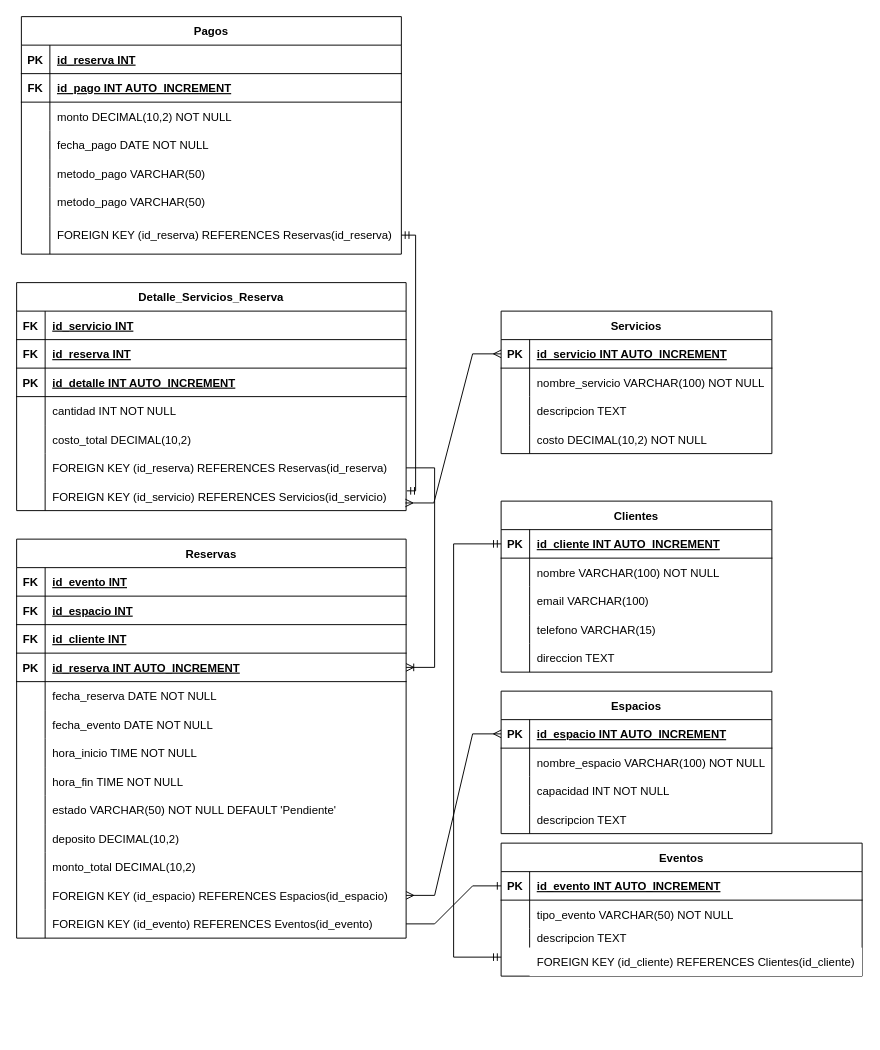
The draw.io diagram Diagrama sin título.drawio in JonathanUrquiza/DER, before the edit. Source tidied: cells renumbered, new cells numbered last; positions are measured from the earlier drawing's top-left corner, leaving out a move shared by most shapes. Both pictures are drawn from the tidied source at 95%, with x=0, y=0 at pixel (-107, 16).
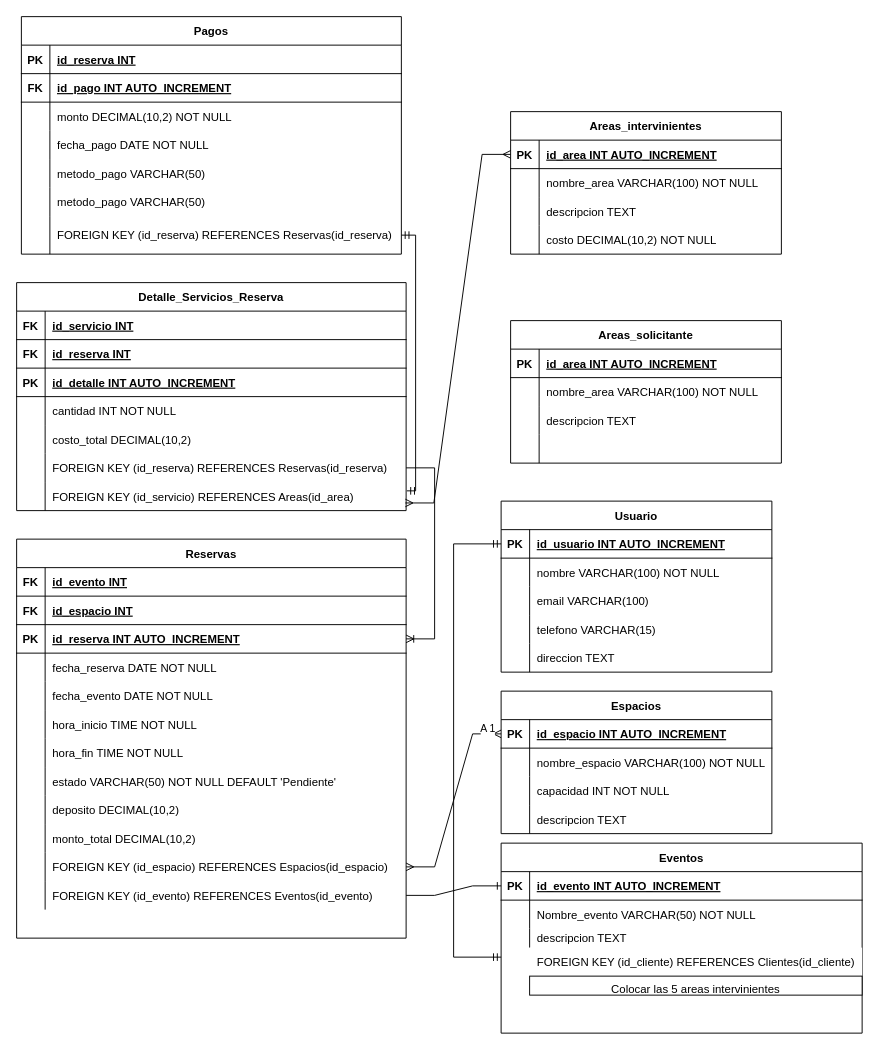
The same diagram, later.

The change refers to these unchanged cells:
```xml
<mxCell id="4" style="shape=tableRow;horizontal=0;startSize=0;swimlaneHead=0;swimlaneBody=0;fillColor=none;points=[[0,0.5],[1,0.5]];portConstraint=eastwest;strokeColor=inherit;top=0;left=0;right=0;bottom=1;" parent="3" vertex="1">
  <mxGeometry y="30" width="285" height="30" as="geometry" />
</mxCell>
<mxCell id="36" style="shape=tableRow;horizontal=0;startSize=0;swimlaneHead=0;swimlaneBody=0;fillColor=none;strokeColor=inherit;top=0;left=0;right=0;bottom=0;" parent="32" vertex="1">
  <mxGeometry y="60" width="380" height="30" as="geometry" />
</mxCell>
<mxCell id="42" value="Reservas" style="shape=table;startSize=30;childLayout=tableLayout;rowLines=0;fontStyle=1;align=center;" parent="1" vertex="1">
  <mxGeometry x="130" y="550" width="410" height="420" as="geometry" />
</mxCell>
<mxCell id="105" style="shape=tableRow;horizontal=0;startSize=0;swimlaneHead=0;swimlaneBody=0;fillColor=none;points=[[0,0.5],[1,0.5]];portConstraint=eastwest;strokeColor=inherit;top=0;left=0;right=0;bottom=1;" parent="104" vertex="1">
  <mxGeometry y="30" width="285" height="30" as="geometry" />
</mxCell>
<mxCell id="108" style="shape=tableRow;horizontal=0;startSize=0;swimlaneHead=0;swimlaneBody=0;fillColor=none;strokeColor=inherit;top=0;left=0;right=0;bottom=0;" parent="104" vertex="1">
  <mxGeometry y="60" width="285" height="30" as="geometry" />
</mxCell>
<mxCell id="136" style="shape=tableRow;horizontal=0;startSize=0;swimlaneHead=0;swimlaneBody=0;fillColor=none;points=[[0,0.5],[1,0.5]];portConstraint=eastwest;strokeColor=inherit;top=0;left=0;right=0;bottom=0;" parent="117" vertex="1">
  <mxGeometry y="210" width="410" height="30" as="geometry" />
</mxCell>
<mxCell id="140" style="edgeStyle=entityRelationEdgeStyle;fontSize=12;html=1;endArrow=ERmany;startArrow=ERmany;rounded=0;entryX=0;entryY=0.5;entryDx=0;entryDy=0;exitX=1;exitY=0.5;exitDx=0;exitDy=0;" parent="1" edge="1" source="76" target="20">
  <mxGeometry relative="1" as="geometry">
    <Array as="points">
      <mxPoint x="600" y="860" />
    </Array>
  </mxGeometry>
</mxCell>
```

The edit, as a diff of the source:
```diff
@@
-    <mxCell id="3" value="Clientes" style="shape=table;startSize=30;childLayout=tableLayout;rowLines=0;fontStyle=1;align=center;" parent="1" vertex="1">
+    <mxCell id="3" value="Usuario" style="shape=table;startSize=30;childLayout=tableLayout;rowLines=0;fontStyle=1;align=center;" parent="1" vertex="1">
       <mxGeometry x="640" y="510" width="285" height="180" as="geometry" />
     </mxCell>
@@
-    <mxCell id="6" value="id_cliente INT  AUTO_INCREMENT" style="shape=partialRectangle;overflow=hidden;fillColor=none;align=left;strokeColor=inherit;top=0;left=0;bottom=0;right=0;spacingLeft=6;fontStyle=5;" parent="4" vertex="1">
+    <mxCell id="6" value="id_usuario INT  AUTO_INCREMENT" style="shape=partialRectangle;overflow=hidden;fillColor=none;align=left;strokeColor=inherit;top=0;left=0;bottom=0;right=0;spacingLeft=6;fontStyle=5;" parent="4" vertex="1">
       <mxGeometry x="30" width="255" height="30" as="geometry" />
     </mxCell>
@@
     <mxCell id="32" value="Eventos" style="shape=table;startSize=30;childLayout=tableLayout;rowLines=0;fontStyle=1;align=center;strokeWidth=1;" parent="1" vertex="1">
-      <mxGeometry x="640" y="870" width="380" height="140" as="geometry" />
+      <mxGeometry x="640" y="870" width="380" height="200" as="geometry" />
     </mxCell>
@@
-    <mxCell id="38" value="tipo_evento VARCHAR(50) NOT NULL" style="shape=partialRectangle;overflow=hidden;fillColor=none;align=left;strokeColor=inherit;top=0;left=0;bottom=0;right=0;spacingLeft=6;" parent="36" vertex="1">
+    <mxCell id="38" value="Nombre_evento VARCHAR(50) NOT NULL" style="shape=partialRectangle;overflow=hidden;fillColor=none;align=left;strokeColor=inherit;top=0;left=0;bottom=0;right=0;spacingLeft=6;" parent="36" vertex="1">
       <mxGeometry x="30" width="350" height="30" as="geometry" />
     </mxCell>
@@
-    <mxCell id="49" style="shape=tableRow;horizontal=0;startSize=0;swimlaneHead=0;swimlaneBody=0;fillColor=none;strokeColor=inherit;top=0;left=0;right=0;bottom=1;" parent="42" vertex="1">
-      <mxGeometry y="90" width="410" height="30" as="geometry" />
-    </mxCell>
-    <mxCell id="50" value="FK" style="shape=partialRectangle;overflow=hidden;fillColor=none;strokeColor=inherit;top=0;left=0;bottom=0;right=0;fontStyle=1;" parent="49" vertex="1">
-      <mxGeometry width="30" height="30" as="geometry" />
-    </mxCell>
-    <mxCell id="51" value="id_cliente INT" style="shape=partialRectangle;overflow=hidden;fillColor=none;align=left;strokeColor=inherit;top=0;left=0;bottom=0;right=0;spacingLeft=6;fontStyle=5;" parent="49" vertex="1">
-      <mxGeometry x="30" width="380" height="30" as="geometry" />
-    </mxCell>
     <mxCell id="52" style="shape=tableRow;horizontal=0;startSize=0;swimlaneHead=0;swimlaneBody=0;fillColor=none;points=[[0,0.5],[1,0.5]];portConstraint=eastwest;strokeColor=inherit;top=0;left=0;right=0;bottom=1;" parent="42" vertex="1">
-      <mxGeometry y="120" width="410" height="30" as="geometry" />
+      <mxGeometry y="90" width="410" height="30" as="geometry" />
     </mxCell>
@@
     <mxCell id="55" style="shape=tableRow;horizontal=0;startSize=0;swimlaneHead=0;swimlaneBody=0;fillColor=none;strokeColor=inherit;top=0;left=0;right=0;bottom=0;" parent="42" vertex="1">
-      <mxGeometry y="150" width="410" height="30" as="geometry" />
+      <mxGeometry y="120" width="410" height="30" as="geometry" />
     </mxCell>
@@
     <mxCell id="58" style="shape=tableRow;horizontal=0;startSize=0;swimlaneHead=0;swimlaneBody=0;fillColor=none;strokeColor=inherit;top=0;left=0;right=0;bottom=0;" parent="42" vertex="1">
-      <mxGeometry y="180" width="410" height="30" as="geometry" />
+      <mxGeometry y="150" width="410" height="30" as="geometry" />
     </mxCell>
@@
     <mxCell id="61" style="shape=tableRow;horizontal=0;startSize=0;swimlaneHead=0;swimlaneBody=0;fillColor=none;strokeColor=inherit;top=0;left=0;right=0;bottom=0;" parent="42" vertex="1">
-      <mxGeometry y="210" width="410" height="30" as="geometry" />
+      <mxGeometry y="180" width="410" height="30" as="geometry" />
     </mxCell>
@@
     <mxCell id="64" style="shape=tableRow;horizontal=0;startSize=0;swimlaneHead=0;swimlaneBody=0;fillColor=none;strokeColor=inherit;top=0;left=0;right=0;bottom=0;" parent="42" vertex="1">
-      <mxGeometry y="240" width="410" height="30" as="geometry" />
+      <mxGeometry y="210" width="410" height="30" as="geometry" />
     </mxCell>
@@
     <mxCell id="67" style="shape=tableRow;horizontal=0;startSize=0;swimlaneHead=0;swimlaneBody=0;fillColor=none;strokeColor=inherit;top=0;left=0;right=0;bottom=0;" parent="42" vertex="1">
-      <mxGeometry y="270" width="410" height="30" as="geometry" />
+      <mxGeometry y="240" width="410" height="30" as="geometry" />
     </mxCell>
@@
     <mxCell id="70" style="shape=tableRow;horizontal=0;startSize=0;swimlaneHead=0;swimlaneBody=0;fillColor=none;strokeColor=inherit;top=0;left=0;right=0;bottom=0;" parent="42" vertex="1">
-      <mxGeometry y="300" width="410" height="30" as="geometry" />
+      <mxGeometry y="270" width="410" height="30" as="geometry" />
     </mxCell>
@@
     <mxCell id="73" style="shape=tableRow;horizontal=0;startSize=0;swimlaneHead=0;swimlaneBody=0;fillColor=none;strokeColor=inherit;top=0;left=0;right=0;bottom=0;" parent="42" vertex="1">
-      <mxGeometry y="330" width="410" height="30" as="geometry" />
+      <mxGeometry y="300" width="410" height="30" as="geometry" />
     </mxCell>
@@
     <mxCell id="76" style="shape=tableRow;horizontal=0;startSize=0;swimlaneHead=0;swimlaneBody=0;fillColor=none;points=[[0,0.5],[1,0.5]];portConstraint=eastwest;strokeColor=inherit;top=0;left=0;right=0;bottom=0;" parent="42" vertex="1">
-      <mxGeometry y="360" width="410" height="30" as="geometry" />
+      <mxGeometry y="330" width="410" height="30" as="geometry" />
     </mxCell>
@@
     <mxCell id="79" style="shape=tableRow;horizontal=0;startSize=0;swimlaneHead=0;swimlaneBody=0;fillColor=none;points=[[0,0.5],[1,0.5]];portConstraint=eastwest;strokeColor=inherit;top=0;left=0;right=0;bottom=0;" parent="42" vertex="1">
-      <mxGeometry y="390" width="410" height="30" as="geometry" />
+      <mxGeometry y="360" width="410" height="30" as="geometry" />
     </mxCell>
@@
-    <mxCell id="104" value="Servicios" style="shape=table;startSize=30;childLayout=tableLayout;rowLines=0;fontStyle=1;align=center;" parent="1" vertex="1">
-      <mxGeometry x="640" y="310" width="285" height="150" as="geometry" />
+    <mxCell id="104" value="Areas_intervinientes" style="shape=table;startSize=30;childLayout=tableLayout;rowLines=0;fontStyle=1;align=center;" parent="1" vertex="1">
+      <mxGeometry x="650" y="100" width="285" height="150" as="geometry" />
     </mxCell>
@@
-    <mxCell id="107" value="id_servicio INT  AUTO_INCREMENT" style="shape=partialRectangle;overflow=hidden;fillColor=none;align=left;strokeColor=inherit;top=0;left=0;bottom=0;right=0;spacingLeft=6;fontStyle=5;" parent="105" vertex="1">
+    <mxCell id="107" value="id_area INT  AUTO_INCREMENT" style="shape=partialRectangle;overflow=hidden;fillColor=none;align=left;strokeColor=inherit;top=0;left=0;bottom=0;right=0;spacingLeft=6;fontStyle=5;" parent="105" vertex="1">
       <mxGeometry x="30" width="255" height="30" as="geometry" />
     </mxCell>
@@
-    <mxCell id="110" value="nombre_servicio VARCHAR(100) NOT NULL" style="shape=partialRectangle;overflow=hidden;fillColor=none;align=left;strokeColor=inherit;top=0;left=0;bottom=0;right=0;spacingLeft=6;" parent="108" vertex="1">
+    <mxCell id="110" value="nombre_area VARCHAR(100) NOT NULL" style="shape=partialRectangle;overflow=hidden;fillColor=none;align=left;strokeColor=inherit;top=0;left=0;bottom=0;right=0;spacingLeft=6;" parent="108" vertex="1">
       <mxGeometry x="30" width="255" height="30" as="geometry" />
     </mxCell>
@@
-    <mxCell id="138" value="FOREIGN KEY (id_servicio) REFERENCES Servicios(id_servicio)" style="shape=partialRectangle;overflow=hidden;fillColor=none;align=left;strokeColor=inherit;top=0;left=0;bottom=0;right=0;spacingLeft=6;" parent="136" vertex="1">
+    <mxCell id="138" value="FOREIGN KEY (id_servicio) REFERENCES Areas(id_area)" style="shape=partialRectangle;overflow=hidden;fillColor=none;align=left;strokeColor=inherit;top=0;left=0;bottom=0;right=0;spacingLeft=6;" parent="136" vertex="1">
       <mxGeometry x="30" width="380" height="30" as="geometry" />
     </mxCell>
@@
+    <mxCell id="145" value="A 1&lt;div&gt;&lt;br&gt;&lt;/div&gt;" style="edgeLabel;html=1;align=center;verticalAlign=middle;" parent="140" vertex="1">
+      <mxGeometry x="0.86" y="-1" relative="1" as="geometry" />
+    </mxCell>
@@
+    <mxCell id="146" value="Areas_solicitante" style="shape=table;startSize=30;childLayout=tableLayout;rowLines=0;fontStyle=1;align=center;" parent="1" vertex="1">
+      <mxGeometry x="650" y="320" width="285" height="150" as="geometry" />
+    </mxCell>
+    <mxCell id="147" style="shape=tableRow;horizontal=0;startSize=0;swimlaneHead=0;swimlaneBody=0;fillColor=none;strokeColor=inherit;top=0;left=0;right=0;bottom=1;" parent="146" vertex="1">
+      <mxGeometry y="30" width="285" height="30" as="geometry" />
+    </mxCell>
+    <mxCell id="148" value="PK" style="shape=partialRectangle;overflow=hidden;fillColor=none;strokeColor=inherit;top=0;left=0;bottom=0;right=0;fontStyle=1;" parent="147" vertex="1">
+      <mxGeometry width="30" height="30" as="geometry" />
+    </mxCell>
+    <mxCell id="149" value="id_area INT  AUTO_INCREMENT" style="shape=partialRectangle;overflow=hidden;fillColor=none;align=left;strokeColor=inherit;top=0;left=0;bottom=0;right=0;spacingLeft=6;fontStyle=5;" parent="147" vertex="1">
+      <mxGeometry x="30" width="255" height="30" as="geometry" />
+    </mxCell>
+    <mxCell id="150" style="shape=tableRow;horizontal=0;startSize=0;swimlaneHead=0;swimlaneBody=0;fillColor=none;strokeColor=inherit;top=0;left=0;right=0;bottom=0;" parent="146" vertex="1">
+      <mxGeometry y="60" width="285" height="30" as="geometry" />
+    </mxCell>
+    <mxCell id="151" style="shape=partialRectangle;overflow=hidden;fillColor=none;strokeColor=inherit;top=0;left=0;bottom=0;right=0;" parent="150" vertex="1">
+      <mxGeometry width="30" height="30" as="geometry" />
+    </mxCell>
+    <mxCell id="152" value="nombre_area VARCHAR(100) NOT NULL" style="shape=partialRectangle;overflow=hidden;fillColor=none;align=left;strokeColor=inherit;top=0;left=0;bottom=0;right=0;spacingLeft=6;" parent="150" vertex="1">
+      <mxGeometry x="30" width="255" height="30" as="geometry" />
+    </mxCell>
+    <mxCell id="153" style="shape=tableRow;horizontal=0;startSize=0;swimlaneHead=0;swimlaneBody=0;fillColor=none;strokeColor=inherit;top=0;left=0;right=0;bottom=0;" parent="146" vertex="1">
+      <mxGeometry y="90" width="285" height="30" as="geometry" />
+    </mxCell>
+    <mxCell id="154" style="shape=partialRectangle;overflow=hidden;fillColor=none;strokeColor=inherit;top=0;left=0;bottom=0;right=0;" parent="153" vertex="1">
+      <mxGeometry width="30" height="30" as="geometry" />
+    </mxCell>
+    <mxCell id="155" value="descripcion TEXT" style="shape=partialRectangle;overflow=hidden;fillColor=none;align=left;strokeColor=inherit;top=0;left=0;bottom=0;right=0;spacingLeft=6;" parent="153" vertex="1">
+      <mxGeometry x="30" width="255" height="30" as="geometry" />
+    </mxCell>
+    <mxCell id="156" style="shape=tableRow;horizontal=0;startSize=0;swimlaneHead=0;swimlaneBody=0;fillColor=none;strokeColor=inherit;top=0;left=0;right=0;bottom=0;" parent="146" vertex="1">
+      <mxGeometry y="120" width="285" height="30" as="geometry" />
+    </mxCell>
+    <mxCell id="157" style="shape=partialRectangle;overflow=hidden;fillColor=none;strokeColor=inherit;top=0;left=0;bottom=0;right=0;" parent="156" vertex="1">
+      <mxGeometry width="30" height="30" as="geometry" />
+    </mxCell>
+    <mxCell id="158" style="shape=partialRectangle;overflow=hidden;fillColor=none;align=left;strokeColor=inherit;top=0;left=0;bottom=0;right=0;spacingLeft=6;" parent="156" vertex="1">
+      <mxGeometry x="30" width="255" height="30" as="geometry" />
+    </mxCell>
+    <mxCell id="159" value="Colocar las 5 areas intervinientes&lt;div&gt;&lt;br&gt;&lt;/div&gt;" style="whiteSpace=wrap;html=1;align=center;verticalAlign=top;" parent="1" vertex="1">
+      <mxGeometry x="670" y="1010" width="350" height="20" as="geometry" />
+    </mxCell>
```
